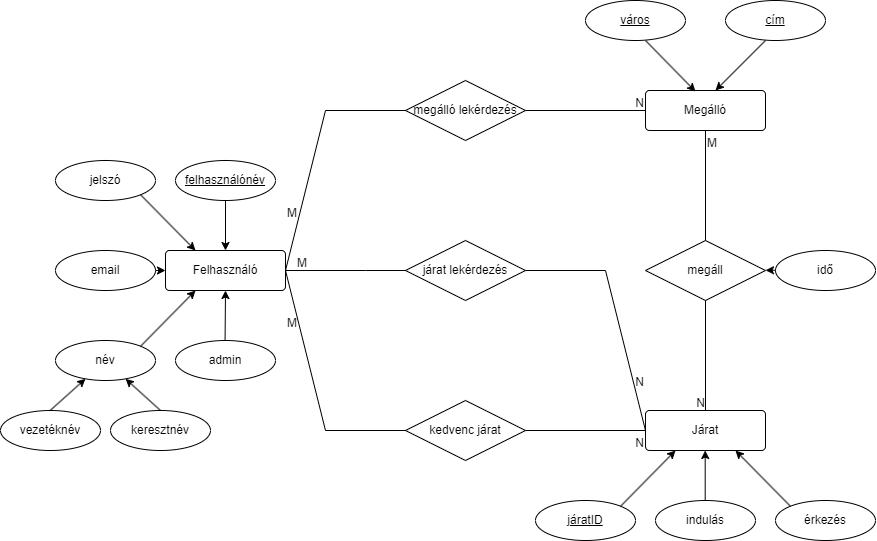
The draw.io diagram EK_diagram2.png in makoadampeter/vonatprojekt, before a commit. Source tidied: cells renumbered, new cells last; positions are measured from the earlier drawing's top-left corner, leaving out a move shared by most shapes. Source of this version:
```xml
<mxGraphModel>
  <root>
    <mxCell id="0" />
    <mxCell id="1" parent="0" />
    <mxCell id="2" value="Felhasználó" style="rounded=1;arcSize=10;whiteSpace=wrap;html=1;align=center;" parent="1" vertex="1">
      <mxGeometry x="165" y="250" width="120" height="40" as="geometry" />
    </mxCell>
    <mxCell id="3" value="név" style="ellipse;whiteSpace=wrap;html=1;align=center;" parent="1" vertex="1">
      <mxGeometry x="55" y="340" width="100" height="40" as="geometry" />
    </mxCell>
    <mxCell id="4" value="Járat" style="rounded=1;arcSize=10;whiteSpace=wrap;html=1;align=center;" parent="1" vertex="1">
      <mxGeometry x="645" y="410" width="120" height="40" as="geometry" />
    </mxCell>
    <mxCell id="5" value="Megálló" style="rounded=1;arcSize=10;whiteSpace=wrap;html=1;align=center;" parent="1" vertex="1">
      <mxGeometry x="645" y="90" width="120" height="40" as="geometry" />
    </mxCell>
    <mxCell id="6" value="indulás" style="ellipse;whiteSpace=wrap;html=1;align=center;" parent="1" vertex="1">
      <mxGeometry x="655" y="500" width="100" height="40" as="geometry" />
    </mxCell>
    <mxCell id="7" value="érkezés" style="ellipse;whiteSpace=wrap;html=1;align=center;" parent="1" vertex="1">
      <mxGeometry x="775" y="500" width="100" height="40" as="geometry" />
    </mxCell>
    <mxCell id="8" value="járatID" style="ellipse;whiteSpace=wrap;html=1;align=center;fontStyle=4;" parent="1" vertex="1">
      <mxGeometry x="535" y="500" width="100" height="40" as="geometry" />
    </mxCell>
    <mxCell id="9" value="cím" style="ellipse;whiteSpace=wrap;html=1;align=center;fontStyle=4;" parent="1" vertex="1">
      <mxGeometry x="725" width="100" height="40" as="geometry" />
    </mxCell>
    <mxCell id="10" style="endArrow=classic;html=1;rounded=0;" parent="1" edge="1">
      <mxGeometry relative="1" as="geometry">
        <mxPoint x="765" y="40" as="sourcePoint" />
        <mxPoint x="715" y="90" as="targetPoint" />
      </mxGeometry>
    </mxCell>
    <mxCell id="11" style="endArrow=classic;html=1;rounded=0;" parent="1" edge="1">
      <mxGeometry relative="1" as="geometry">
        <mxPoint x="645" y="40" as="sourcePoint" />
        <mxPoint x="695" y="91" as="targetPoint" />
      </mxGeometry>
    </mxCell>
    <mxCell id="12" value="város" style="ellipse;whiteSpace=wrap;html=1;align=center;fontStyle=4;" parent="1" vertex="1">
      <mxGeometry x="585" width="100" height="40" as="geometry" />
    </mxCell>
    <mxCell id="13" value="jelszó" style="ellipse;whiteSpace=wrap;html=1;align=center;" parent="1" vertex="1">
      <mxGeometry x="55" y="160" width="100" height="40" as="geometry" />
    </mxCell>
    <mxCell id="14" value="email" style="ellipse;whiteSpace=wrap;html=1;align=center;" parent="1" vertex="1">
      <mxGeometry x="55" y="250" width="100" height="40" as="geometry" />
    </mxCell>
    <mxCell id="15" style="endArrow=classic;html=1;rounded=0;" parent="1" edge="1" target="3">
      <mxGeometry relative="1" as="geometry">
        <mxPoint x="49.7" y="410" as="sourcePoint" />
      </mxGeometry>
    </mxCell>
    <mxCell id="16" value="vezetéknév" style="ellipse;whiteSpace=wrap;html=1;align=center;" parent="1" vertex="1">
      <mxGeometry y="410" width="100" height="40" as="geometry" />
    </mxCell>
    <mxCell id="17" value="keresztnév" style="ellipse;whiteSpace=wrap;html=1;align=center;" parent="1" vertex="1">
      <mxGeometry x="110" y="410" width="100" height="40" as="geometry" />
    </mxCell>
    <mxCell id="18" style="endArrow=classic;html=1;rounded=0;exitX=0.5;exitY=0;exitDx=0;exitDy=0;" parent="1" edge="1" source="17" target="3">
      <mxGeometry relative="1" as="geometry" />
    </mxCell>
    <mxCell id="19" style="endArrow=classic;html=1;rounded=0;" parent="1" edge="1">
      <mxGeometry relative="1" as="geometry">
        <mxPoint x="704.7" y="500" as="sourcePoint" />
        <mxPoint x="704.7" y="450" as="targetPoint" />
      </mxGeometry>
    </mxCell>
    <mxCell id="20" style="endArrow=classic;html=1;rounded=0;entryX=0.25;entryY=1;entryDx=0;entryDy=0;exitX=1;exitY=0;exitDx=0;exitDy=0;" parent="1" edge="1" source="8" target="4">
      <mxGeometry relative="1" as="geometry" />
    </mxCell>
    <mxCell id="21" style="endArrow=classic;html=1;rounded=0;entryX=0.75;entryY=1;entryDx=0;entryDy=0;exitX=0;exitY=0;exitDx=0;exitDy=0;" parent="1" edge="1" source="7" target="4">
      <mxGeometry relative="1" as="geometry" />
    </mxCell>
    <mxCell id="22" value="admin" style="ellipse;whiteSpace=wrap;html=1;align=center;" parent="1" vertex="1">
      <mxGeometry x="175" y="340" width="100" height="40" as="geometry" />
    </mxCell>
    <mxCell id="23" style="endArrow=classic;html=1;rounded=0;entryX=0.5;entryY=1;entryDx=0;entryDy=0;" parent="1" edge="1" target="2">
      <mxGeometry relative="1" as="geometry">
        <mxPoint x="224.6" y="340" as="sourcePoint" />
      </mxGeometry>
    </mxCell>
    <mxCell id="24" style="endArrow=classic;html=1;rounded=0;entryX=0.25;entryY=1;entryDx=0;entryDy=0;exitX=1;exitY=0;exitDx=0;exitDy=0;" parent="1" edge="1" source="3" target="2">
      <mxGeometry relative="1" as="geometry" />
    </mxCell>
    <mxCell id="25" style="endArrow=classic;html=1;rounded=0;entryX=0;entryY=0.5;entryDx=0;entryDy=0;" parent="1" edge="1" target="2">
      <mxGeometry relative="1" as="geometry">
        <mxPoint x="155" y="270" as="sourcePoint" />
      </mxGeometry>
    </mxCell>
    <mxCell id="26" style="endArrow=classic;html=1;rounded=0;entryX=0.25;entryY=0;entryDx=0;entryDy=0;exitX=1;exitY=1;exitDx=0;exitDy=0;" parent="1" edge="1" source="13" target="2">
      <mxGeometry relative="1" as="geometry" />
    </mxCell>
    <mxCell id="27" style="endArrow=none;html=1;rounded=0;entryX=0.5;entryY=0;entryDx=0;entryDy=0;exitX=0.5;exitY=1;exitDx=0;exitDy=0;" parent="1" edge="1" source="5" target="4">
      <mxGeometry relative="1" as="geometry" />
    </mxCell>
    <mxCell id="28" value="M" style="html=1;whiteSpace=wrap;align=left;verticalAlign=bottom;" parent="27" vertex="1">
      <mxGeometry x="-1" relative="1" as="geometry">
        <mxPoint y="20" as="offset" />
      </mxGeometry>
    </mxCell>
    <mxCell id="29" value="N" style="html=1;whiteSpace=wrap;align=right;verticalAlign=bottom;" parent="27" vertex="1">
      <mxGeometry x="1" relative="1" as="geometry" />
    </mxCell>
    <mxCell id="30" value="megáll" style="shape=rhombus;perimeter=rhombusPerimeter;whiteSpace=wrap;html=1;align=center;" parent="1" vertex="1">
      <mxGeometry x="645" y="240" width="120" height="60" as="geometry" />
    </mxCell>
    <mxCell id="31" style="endArrow=none;html=1;rounded=0;exitX=1;exitY=0.5;exitDx=0;exitDy=0;entryX=0;entryY=0.5;entryDx=0;entryDy=0;" parent="1" edge="1" source="2" target="4">
      <mxGeometry relative="1" as="geometry">
        <Array as="points">
          <mxPoint x="325" y="430" />
          <mxPoint x="465" y="430" />
        </Array>
      </mxGeometry>
    </mxCell>
    <mxCell id="32" value="M" style="html=1;whiteSpace=wrap;align=left;verticalAlign=bottom;" parent="31" vertex="1">
      <mxGeometry x="-1" relative="1" as="geometry">
        <mxPoint x="10" as="offset" />
      </mxGeometry>
    </mxCell>
    <mxCell id="33" value="N" style="html=1;whiteSpace=wrap;align=right;verticalAlign=bottom;" parent="31" vertex="1">
      <mxGeometry x="1" relative="1" as="geometry">
        <mxPoint y="20" as="offset" />
      </mxGeometry>
    </mxCell>
    <mxCell id="34" value="kedvenc járat" style="shape=rhombus;perimeter=rhombusPerimeter;whiteSpace=wrap;html=1;align=center;" parent="1" vertex="1">
      <mxGeometry x="405" y="400" width="120" height="60" as="geometry" />
    </mxCell>
    <mxCell id="35" style="endArrow=none;html=1;rounded=0;entryX=0;entryY=0.5;entryDx=0;entryDy=0;" parent="1" edge="1" target="5">
      <mxGeometry relative="1" as="geometry">
        <mxPoint x="285" y="270" as="sourcePoint" />
        <Array as="points">
          <mxPoint x="325" y="110" />
          <mxPoint x="465" y="110" />
        </Array>
      </mxGeometry>
    </mxCell>
    <mxCell id="36" value="M" style="html=1;whiteSpace=wrap;align=left;verticalAlign=bottom;" parent="35" vertex="1">
      <mxGeometry x="-1" relative="1" as="geometry">
        <mxPoint y="-50" as="offset" />
      </mxGeometry>
    </mxCell>
    <mxCell id="37" value="N" style="html=1;whiteSpace=wrap;align=right;verticalAlign=bottom;" parent="35" vertex="1">
      <mxGeometry x="1" relative="1" as="geometry" />
    </mxCell>
    <mxCell id="38" value="megálló lekérdezés" style="shape=rhombus;perimeter=rhombusPerimeter;whiteSpace=wrap;html=1;align=center;" parent="1" vertex="1">
      <mxGeometry x="405" y="80" width="120" height="60" as="geometry" />
    </mxCell>
    <mxCell id="39" style="endArrow=none;html=1;rounded=0;entryX=0;entryY=0.5;entryDx=0;entryDy=0;exitX=1;exitY=0.5;exitDx=0;exitDy=0;" parent="1" edge="1" source="2" target="4">
      <mxGeometry relative="1" as="geometry">
        <Array as="points">
          <mxPoint x="365" y="270" />
          <mxPoint x="605" y="270" />
        </Array>
      </mxGeometry>
    </mxCell>
    <mxCell id="40" value="M" style="html=1;whiteSpace=wrap;align=left;verticalAlign=bottom;" parent="39" vertex="1">
      <mxGeometry x="-1" relative="1" as="geometry">
        <mxPoint y="60" as="offset" />
      </mxGeometry>
    </mxCell>
    <mxCell id="41" value="N" style="html=1;whiteSpace=wrap;align=right;verticalAlign=bottom;" parent="39" vertex="1">
      <mxGeometry x="1" relative="1" as="geometry">
        <mxPoint y="-40" as="offset" />
      </mxGeometry>
    </mxCell>
    <mxCell id="42" value="járat lekérdezés" style="shape=rhombus;perimeter=rhombusPerimeter;whiteSpace=wrap;html=1;align=center;" parent="1" vertex="1">
      <mxGeometry x="405" y="240" width="120" height="60" as="geometry" />
    </mxCell>
    <mxCell id="43" value="idő" style="ellipse;whiteSpace=wrap;html=1;align=center;" parent="1" vertex="1">
      <mxGeometry x="775" y="250" width="100" height="40" as="geometry" />
    </mxCell>
    <mxCell id="44" style="endArrow=classic;html=1;rounded=0;" parent="1" edge="1">
      <mxGeometry relative="1" as="geometry">
        <mxPoint x="775" y="269.8" as="sourcePoint" />
        <mxPoint x="765" y="269.8" as="targetPoint" />
      </mxGeometry>
    </mxCell>
    <mxCell id="45" value="felhasználónév" style="ellipse;whiteSpace=wrap;html=1;align=center;fontStyle=4;" parent="1" vertex="1">
      <mxGeometry x="175" y="160" width="100" height="40" as="geometry" />
    </mxCell>
    <mxCell id="46" style="endArrow=classic;html=1;rounded=0;entryX=0.5;entryY=0;entryDx=0;entryDy=0;exitX=0.5;exitY=1;exitDx=0;exitDy=0;" parent="1" edge="1" source="45" target="2">
      <mxGeometry relative="1" as="geometry" />
    </mxCell>
  </root>
</mxGraphModel>
```
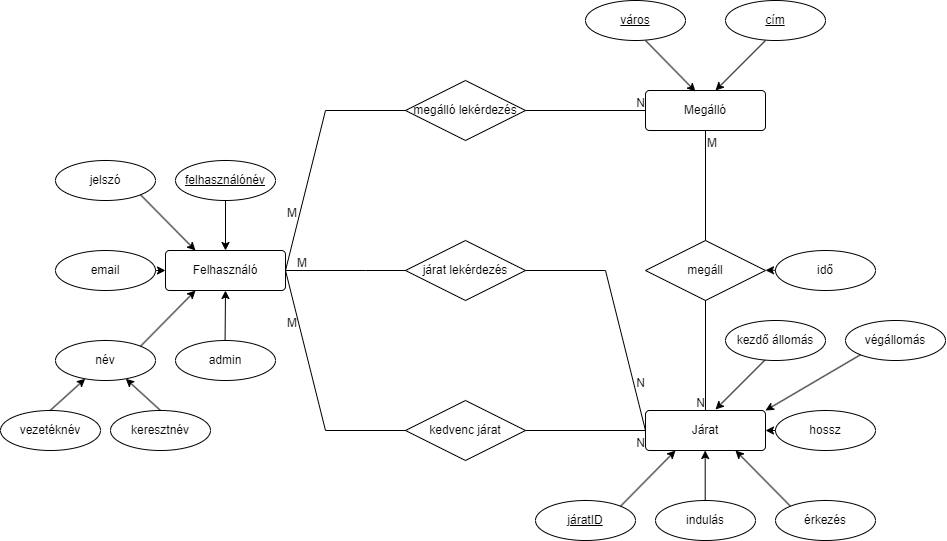
After the commit.

Commit message:
EK Diagram második verzió

The edit, as a diff of the source:
```diff
@@ -183,5 +183,28 @@
     <mxCell id="46" style="endArrow=classic;html=1;rounded=0;entryX=0.5;entryY=0;entryDx=0;entryDy=0;exitX=0.5;exitY=1;exitDx=0;exitDy=0;" parent="1" edge="1" source="45" target="2">
       <mxGeometry relative="1" as="geometry" />
     </mxCell>
+    <mxCell id="47" style="endArrow=classic;html=1;rounded=0;" parent="1" edge="1">
+      <mxGeometry relative="1" as="geometry">
+        <mxPoint x="765" y="359" as="sourcePoint" />
+        <mxPoint x="715" y="409" as="targetPoint" />
+      </mxGeometry>
+    </mxCell>
+    <mxCell id="48" value="kezdő állomás" style="ellipse;whiteSpace=wrap;html=1;align=center;" parent="1" vertex="1">
+      <mxGeometry x="725" y="320" width="100" height="40" as="geometry" />
+    </mxCell>
+    <mxCell id="49" value="hossz" style="ellipse;whiteSpace=wrap;html=1;align=center;" parent="1" vertex="1">
+      <mxGeometry x="775" y="410" width="100" height="40" as="geometry" />
+    </mxCell>
+    <mxCell id="50" value="végállomás" style="ellipse;whiteSpace=wrap;html=1;align=center;" parent="1" vertex="1">
+      <mxGeometry x="845" y="320" width="100" height="40" as="geometry" />
+    </mxCell>
+    <mxCell id="51" style="endArrow=classic;html=1;rounded=0;exitX=0;exitY=1;exitDx=0;exitDy=0;entryX=1;entryY=0;entryDx=0;entryDy=0;" parent="1" edge="1" source="50" target="4">
+      <mxGeometry relative="1" as="geometry" />
+    </mxCell>
+    <mxCell id="52" style="endArrow=classic;html=1;rounded=0;entryX=1;entryY=0.5;entryDx=0;entryDy=0;" parent="1" edge="1" target="4">
+      <mxGeometry relative="1" as="geometry">
+        <mxPoint x="775" y="430" as="sourcePoint" />
+      </mxGeometry>
+    </mxCell>
   </root>
 </mxGraphModel>
```
